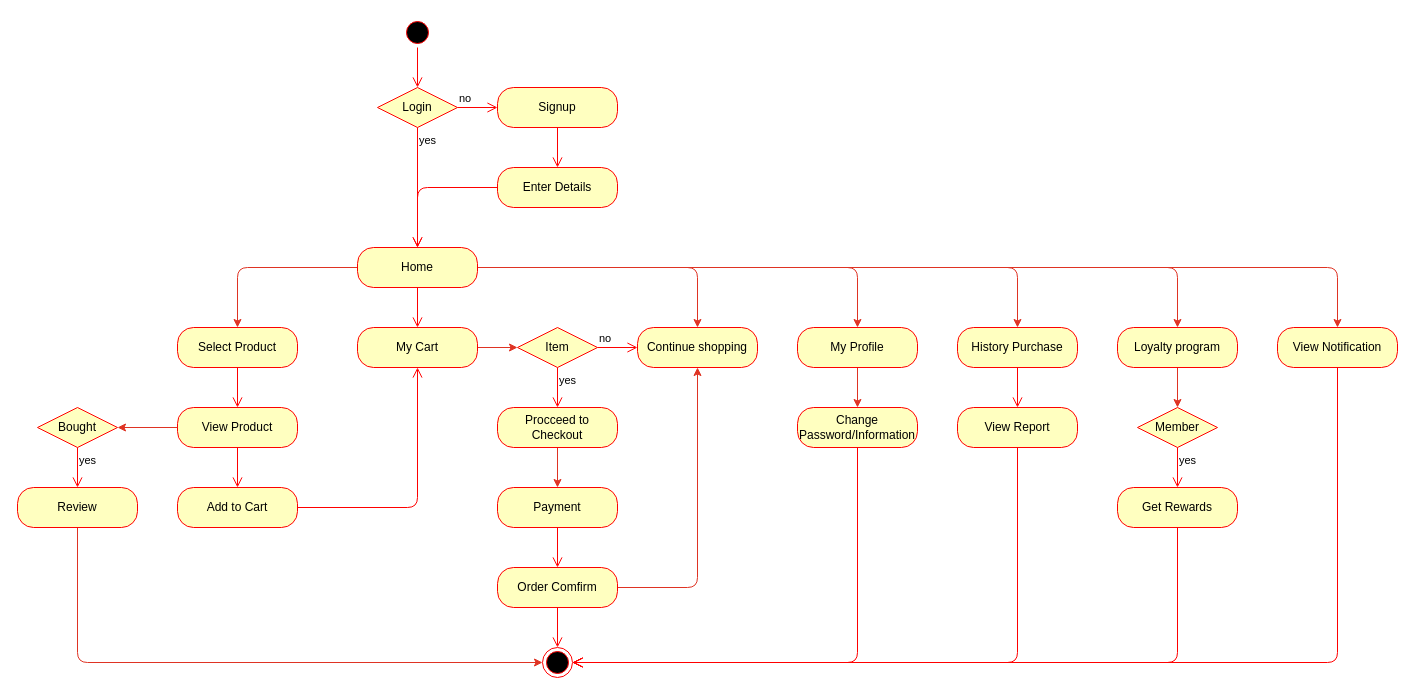
Earlier version of the draw.io diagram diagrams/Activity_Customer.drawio (tnowad/bookstore-management-application). Source tidied: cells renumbered, new cells numbered last; positions are measured from the earlier drawing's top-left corner, leaving out a move shared by most shapes. Both pictures are drawn from the tidied source at 100%, with x=0, y=0 at pixel (17, 17).
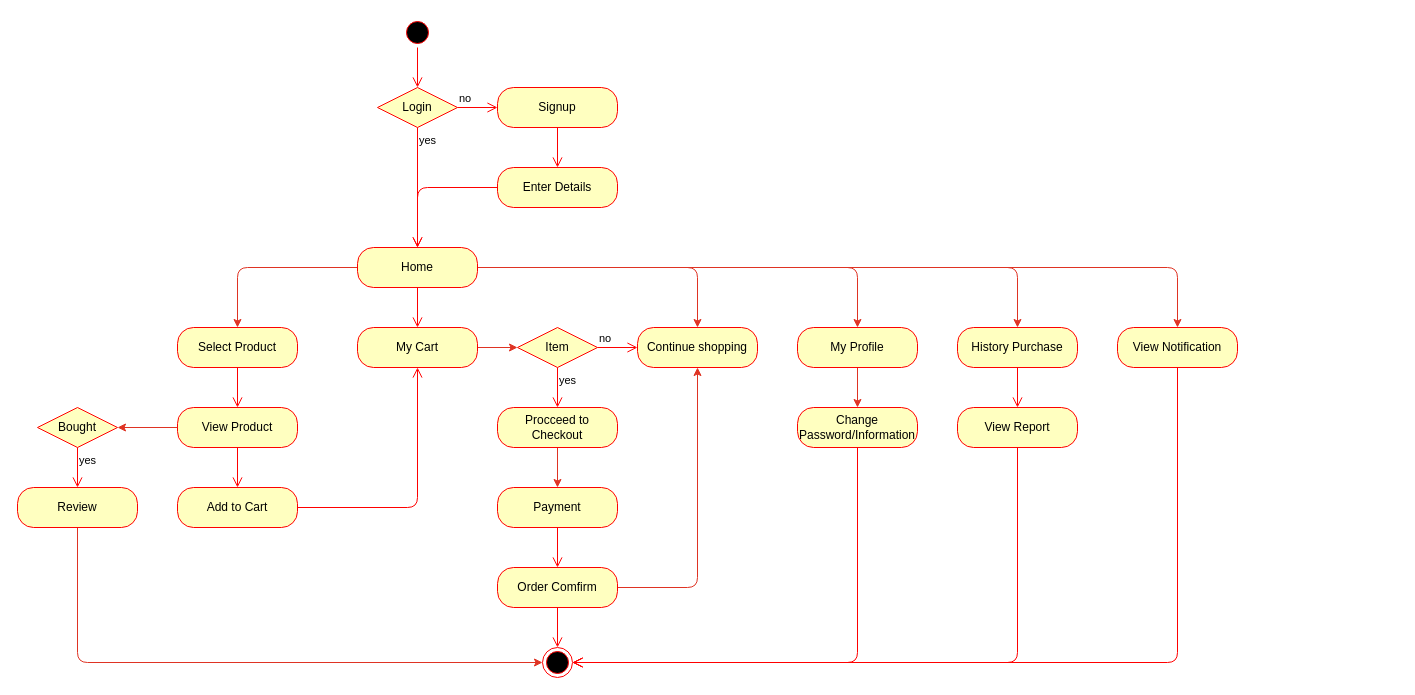
The same page after the edit.

The change refers to these unchanged cells:
```xml
<mxCell id="15" value="Home" style="rounded=1;whiteSpace=wrap;html=1;arcSize=40;fontColor=#000000;fillColor=#ffffc0;strokeColor=#ff0000;" parent="1" vertex="1">
  <mxGeometry x="340" y="230" width="120" height="40" as="geometry" />
</mxCell>
<mxCell id="45" style="ellipse;html=1;shape=endState;fillColor=#000000;strokeColor=#ff0000;" parent="1" vertex="1">
  <mxGeometry x="525" y="630" width="30" height="30" as="geometry" />
</mxCell>
```

Change to the diagram source:
```diff
@@
-    <mxCell id="13" style="edgeStyle=none;html=1;exitX=1;exitY=0.5;exitDx=0;exitDy=0;entryX=0.5;entryY=0;entryDx=0;entryDy=0;strokeColor=#df3323;" parent="1" edge="1" source="15" target="28">
-      <mxGeometry relative="1" as="geometry">
-        <Array as="points">
-          <mxPoint x="1160" y="250" />
-        </Array>
-      </mxGeometry>
-    </mxCell>
     <mxCell id="14" style="edgeStyle=none;html=1;exitX=1;exitY=0.5;exitDx=0;exitDy=0;entryX=0.5;entryY=0;entryDx=0;entryDy=0;strokeColor=#df3323;" parent="1" edge="1" source="15" target="54">
       <mxGeometry relative="1" as="geometry">
         <Array as="points">
-          <mxPoint x="1320" y="250" />
+          <mxPoint x="1160" y="250" />
         </Array>
       </mxGeometry>
     </mxCell>
@@
-    <mxCell id="27" style="edgeStyle=none;html=1;exitX=0.5;exitY=1;exitDx=0;exitDy=0;entryX=0.5;entryY=0;entryDx=0;entryDy=0;strokeColor=#df3323;" parent="1" edge="1" source="28" target="50">
-      <mxGeometry relative="1" as="geometry" />
-    </mxCell>
-    <mxCell id="28" value="Loyalty program" style="rounded=1;whiteSpace=wrap;html=1;arcSize=40;fontColor=#000000;fillColor=#ffffc0;strokeColor=#ff0000;" parent="1" vertex="1">
-      <mxGeometry x="1100" y="310" width="120" height="40" as="geometry" />
-    </mxCell>
@@
-    <mxCell id="50" value="Member" style="rhombus;whiteSpace=wrap;html=1;fillColor=#ffffc0;strokeColor=#ff0000;" parent="1" vertex="1">
-      <mxGeometry x="1120" y="390" width="80" height="40" as="geometry" />
-    </mxCell>
-    <mxCell id="51" value="yes" style="edgeStyle=orthogonalEdgeStyle;html=1;align=left;verticalAlign=top;endArrow=open;endSize=8;strokeColor=#ff0000;entryX=0.5;entryY=0;entryDx=0;entryDy=0;" parent="1" edge="1" source="50" target="52">
-      <mxGeometry x="-1" relative="1" as="geometry" />
-    </mxCell>
-    <mxCell id="52" value="Get Rewards" style="rounded=1;whiteSpace=wrap;html=1;arcSize=40;fontColor=#000000;fillColor=#ffffc0;strokeColor=#ff0000;" parent="1" vertex="1">
-      <mxGeometry x="1100" y="470" width="120" height="40" as="geometry" />
-    </mxCell>
-    <mxCell id="53" style="edgeStyle=orthogonalEdgeStyle;html=1;verticalAlign=bottom;endArrow=open;endSize=8;strokeColor=#ff0000;entryX=1;entryY=0.5;entryDx=0;entryDy=0;" parent="1" edge="1" source="52" target="45">
-      <mxGeometry relative="1" as="geometry">
-        <Array as="points">
-          <mxPoint x="1160" y="645" />
-        </Array>
-      </mxGeometry>
-    </mxCell>
     <mxCell id="54" value="View Notification" style="rounded=1;whiteSpace=wrap;html=1;arcSize=40;fontColor=#000000;fillColor=#ffffc0;strokeColor=#ff0000;" parent="1" vertex="1">
-      <mxGeometry x="1260" y="310" width="120" height="40" as="geometry" />
+      <mxGeometry x="1100" y="310" width="120" height="40" as="geometry" />
     </mxCell>
     <mxCell id="55" style="edgeStyle=orthogonalEdgeStyle;html=1;verticalAlign=bottom;endArrow=open;endSize=8;strokeColor=#ff0000;entryX=1;entryY=0.5;entryDx=0;entryDy=0;" parent="1" edge="1" source="54" target="45">
       <mxGeometry relative="1" as="geometry">
         <Array as="points">
-          <mxPoint x="1320" y="645" />
+          <mxPoint x="1160" y="645" />
         </Array>
       </mxGeometry>
     </mxCell>
```
